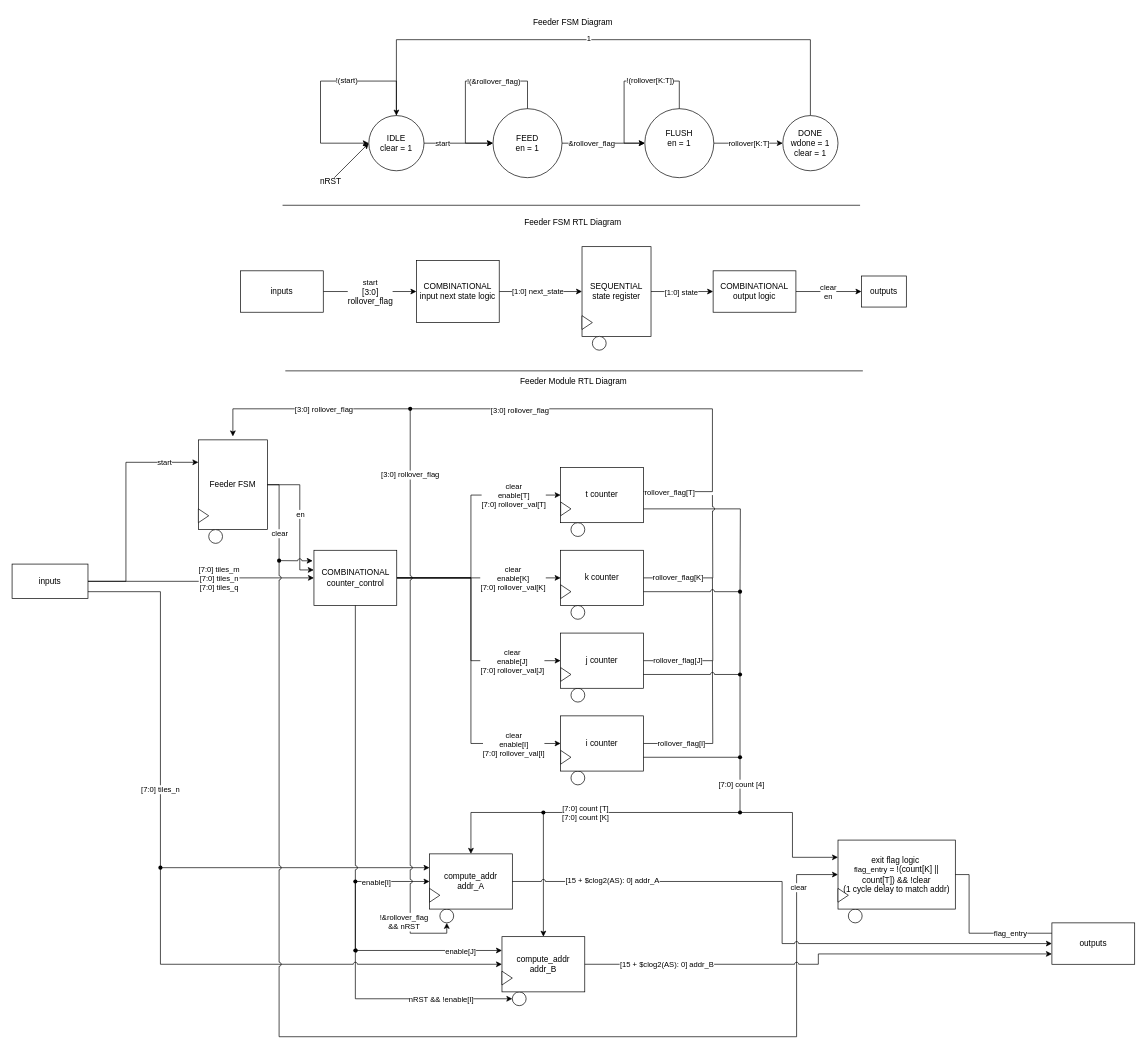
The draw.io diagram page "feeder_full_nov1" (4 of 9) of diagrams/compute_controller/compute_controller.drawio in Parker-Kemp/SoCET---STARS---Group11, before the edit. Source tidied: cells renumbered, new cells numbered last; positions are measured from the earlier drawing's top-left corner, leaving out a move shared by most shapes. Both pictures are drawn from the tidied source at 69%, with x=0, y=0 at pixel (12, 12).
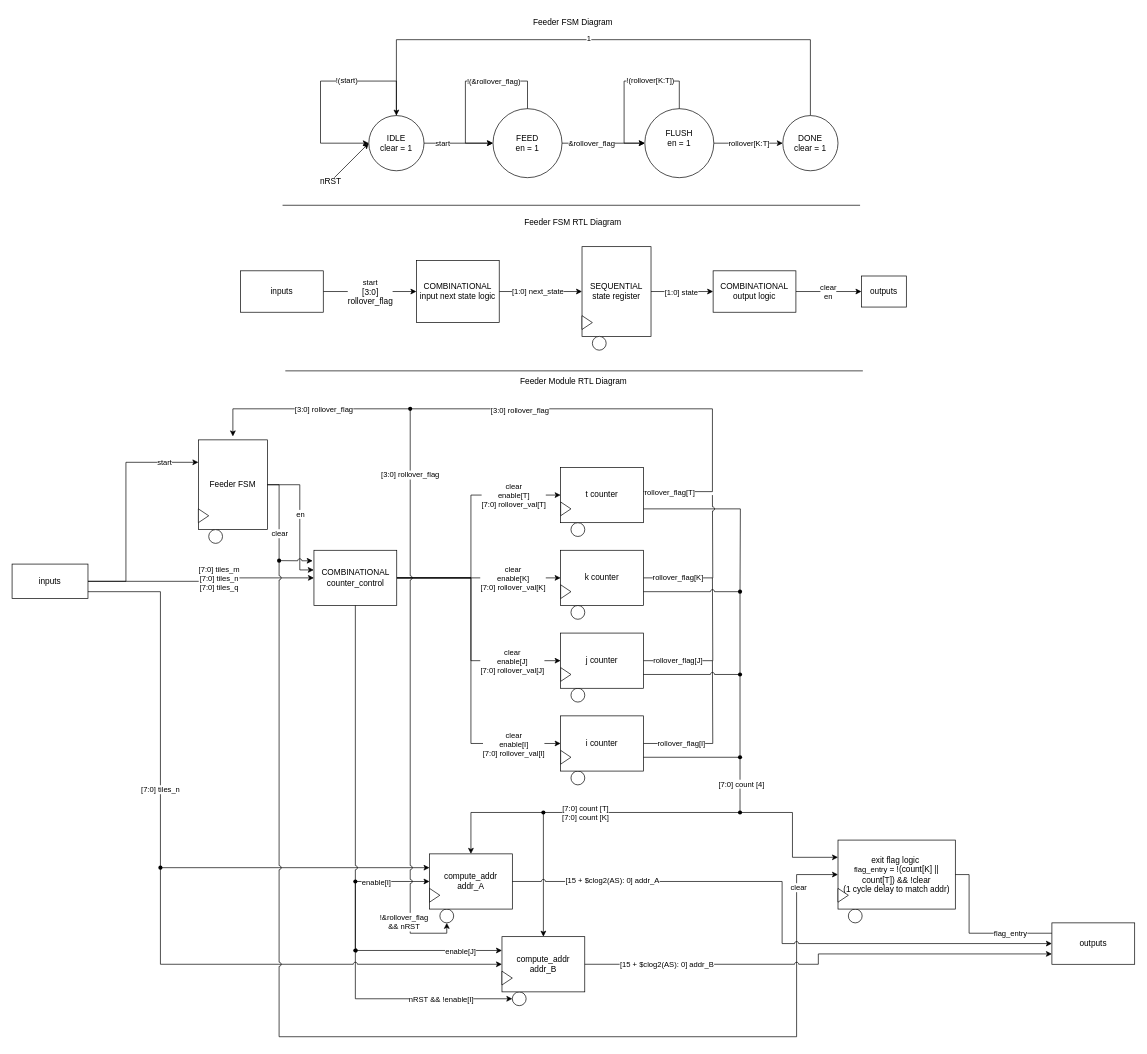
Above is the later version.

Change to the diagram source:
```diff
@@
-    <mxCell id="13" value="DONE&lt;br&gt;wdone = 1&lt;br&gt;clear = 1" style="ellipse;whiteSpace=wrap;html=1;shapeInside=1;" parent="1" vertex="1">
+    <mxCell id="13" value="DONE&lt;br&gt;clear = 1" style="ellipse;whiteSpace=wrap;html=1;shapeInside=1;" parent="1" vertex="1">
       <mxGeometry x="1117" y="150" width="80" height="80" as="geometry" />
     </mxCell>
```
